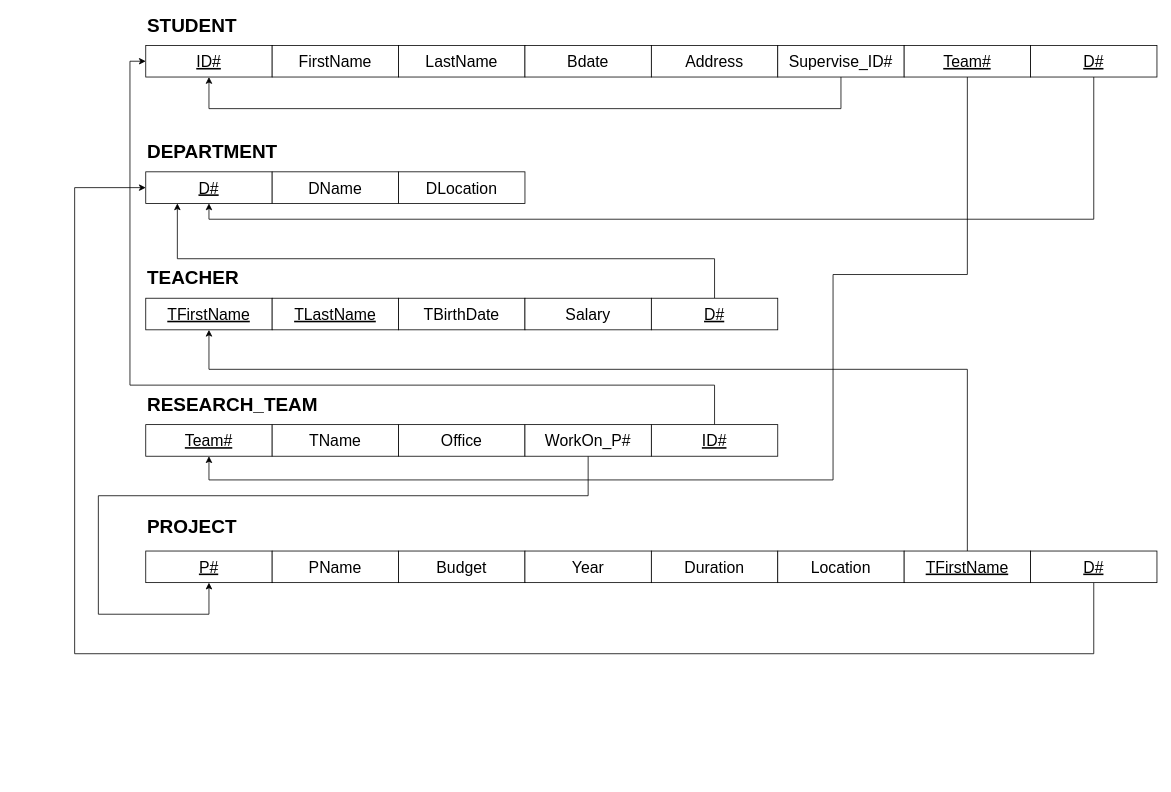
phlpat/test_repo keeps this draw.io diagram as relational_database_model.drawio. Above is the earlier version. Source tidied: cells renumbered, new cells numbered last; positions are measured from the earlier drawing's top-left corner, leaving out a move shared by most shapes. Both pictures are drawn from the tidied source at 79%, with x=0, y=0 at pixel (74, 13).
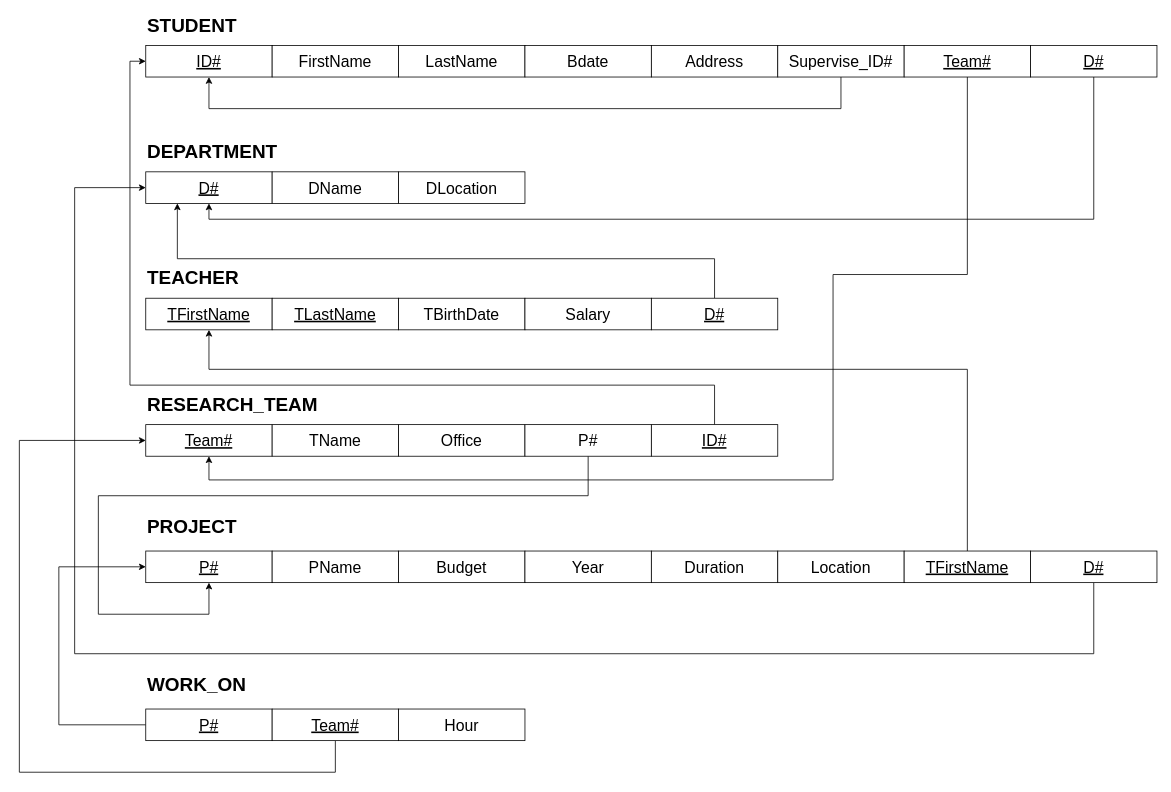
The same page after the edit.

Unchanged cells that the change refers to:
```xml
<mxCell id="19" value="&lt;font style=&quot;font-size: 20px&quot;&gt;&lt;u&gt;Team#&lt;/u&gt;&lt;/font&gt;" style="rounded=0;whiteSpace=wrap;html=1;" parent="1" vertex="1">
  <mxGeometry x="90" y="520" width="160" height="40" as="geometry" />
</mxCell>
<mxCell id="24" value="&lt;font style=&quot;font-size: 20px&quot;&gt;&lt;u&gt;P#&lt;/u&gt;&lt;/font&gt;" style="rounded=0;whiteSpace=wrap;html=1;" parent="1" vertex="1">
  <mxGeometry x="90" y="680" width="160" height="40" as="geometry" />
</mxCell>
```

Change to the diagram source:
```diff
@@
-    <mxCell id="23" value="&lt;font style=&quot;font-size: 20px&quot;&gt;WorkOn_P#&lt;/font&gt;" style="rounded=0;whiteSpace=wrap;html=1;" parent="1" vertex="1">
+    <mxCell id="23" value="&lt;font style=&quot;font-size: 20px&quot;&gt;P#&lt;/font&gt;" style="rounded=0;whiteSpace=wrap;html=1;" parent="1" vertex="1">
       <mxGeometry x="570" y="520" width="160" height="40" as="geometry" />
     </mxCell>
@@
+    <mxCell id="44" value="&lt;span style=&quot;font-size: 24px&quot;&gt;&lt;b&gt;WORK_ON&lt;/b&gt;&lt;/span&gt;" style="text;html=1;align=left;verticalAlign=middle;strokeColor=none;fillColor=none;" parent="1" vertex="1">
+      <mxGeometry x="90" y="840" width="140" height="20" as="geometry" />
+    </mxCell>
+    <mxCell id="45" style="edgeStyle=orthogonalEdgeStyle;rounded=0;jettySize=auto;html=1;entryX=0;entryY=0.5;entryDx=0;entryDy=0;fontSize=20;endArrow=classic;endFill=1;" parent="1" edge="1" source="46" target="24">
+      <mxGeometry relative="1" as="geometry">
+        <Array as="points">
+          <mxPoint x="-20" y="900" />
+          <mxPoint x="-20" y="700" />
+        </Array>
+      </mxGeometry>
+    </mxCell>
+    <mxCell id="46" value="&lt;font style=&quot;font-size: 20px&quot;&gt;&lt;u&gt;P#&lt;/u&gt;&lt;/font&gt;" style="rounded=0;whiteSpace=wrap;html=1;" parent="1" vertex="1">
+      <mxGeometry x="90" y="880" width="160" height="40" as="geometry" />
+    </mxCell>
+    <mxCell id="47" style="edgeStyle=orthogonalEdgeStyle;rounded=0;jettySize=auto;html=1;entryX=0;entryY=0.5;entryDx=0;entryDy=0;fontSize=20;endArrow=classic;endFill=1;" parent="1" edge="1" source="48" target="19">
+      <mxGeometry relative="1" as="geometry">
+        <Array as="points">
+          <mxPoint x="330" y="960" />
+          <mxPoint x="-70" y="960" />
+          <mxPoint x="-70" y="540" />
+        </Array>
+      </mxGeometry>
+    </mxCell>
+    <mxCell id="48" value="&lt;span style=&quot;font-size: 20px&quot;&gt;&lt;u&gt;Team#&lt;/u&gt;&lt;/span&gt;" style="rounded=0;whiteSpace=wrap;html=1;" parent="1" vertex="1">
+      <mxGeometry x="250" y="880" width="160" height="40" as="geometry" />
+    </mxCell>
+    <mxCell id="49" value="&lt;font style=&quot;font-size: 20px&quot;&gt;Hour&lt;/font&gt;" style="rounded=0;whiteSpace=wrap;html=1;" parent="1" vertex="1">
+      <mxGeometry x="410" y="880" width="160" height="40" as="geometry" />
+    </mxCell>
```
